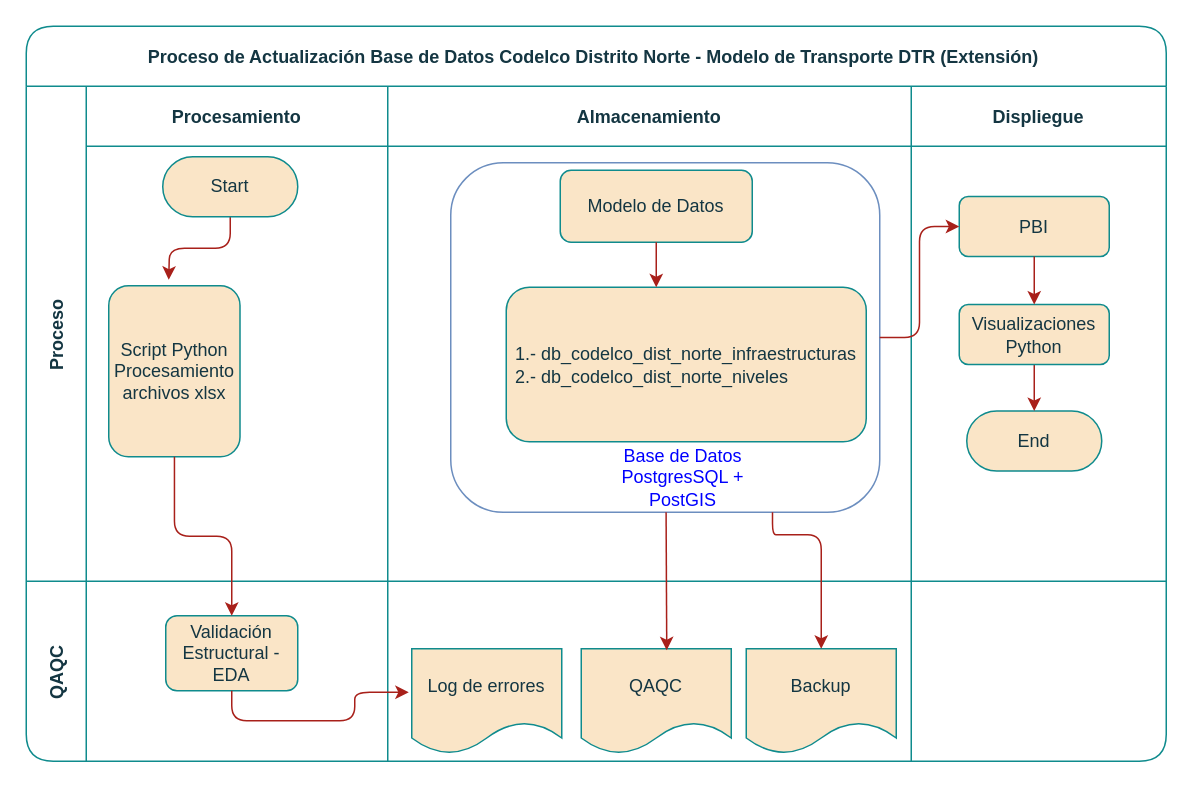
Earlier version of the draw.io diagram diagrama/Diagrama_proceso_DB_Codelco_Dist_Norte.drawio (FlowHydroTech/Codelco-Distrito-Norte). Source tidied: cells renumbered, new cells numbered last; positions are measured from the earlier drawing's top-left corner, leaving out a move shared by most shapes. Both pictures are drawn from the tidied source at 150%, with x=0, y=0 at pixel (26, 26).
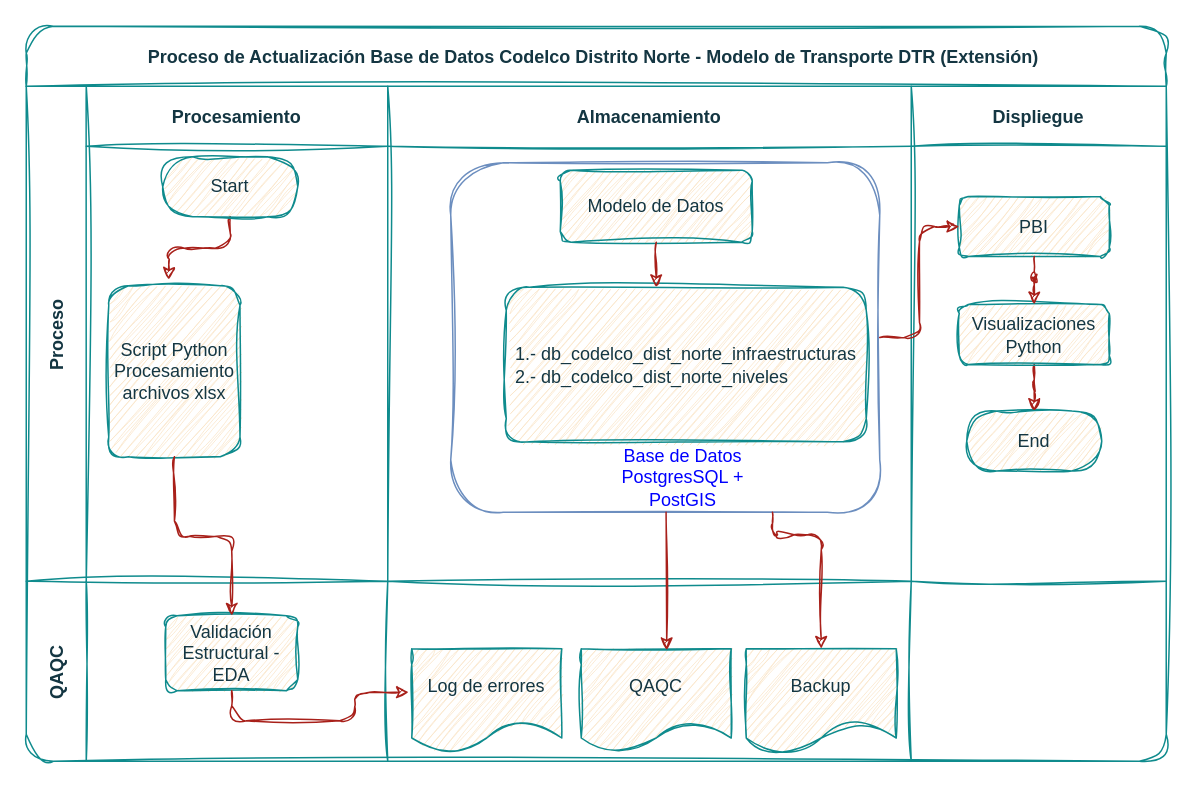
The same page after the edit.

Commit message:
Actualizar estilo y propiedades en el diagrama de proceso de actualización de la base de datos Codelco

The edit, as a diff of the source:
```diff
@@
-    <mxCell id="2" value="Proceso de Actualización Base de Datos Codelco Distrito Norte - Modelo de Transporte DTR (Extensión) " style="shape=table;childLayout=tableLayout;startSize=40;fillColor=none;fontStyle=1;labelBackgroundColor=none;strokeColor=#0F8B8D;fontColor=#143642;rounded=1;" parent="1" vertex="1">
+    <mxCell id="2" value="Proceso de Actualización Base de Datos Codelco Distrito Norte - Modelo de Transporte DTR (Extensión) " style="shape=table;childLayout=tableLayout;startSize=40;fillColor=none;fontStyle=1;labelBackgroundColor=none;strokeColor=#0F8B8D;fontColor=#143642;rounded=1;sketch=1;curveFitting=1;jiggle=2;" parent="1" vertex="1">
       <mxGeometry width="760" height="490" as="geometry" />
     </mxCell>
-    <mxCell id="3" value="Proceso" style="shape=tableRow;horizontal=0;swimlaneHead=0;swimlaneBody=0;top=0;left=0;bottom=0;right=0;fillColor=none;startSize=40;fontStyle=1;labelBackgroundColor=none;strokeColor=#0F8B8D;fontColor=#143642;rounded=1;" parent="2" vertex="1">
+    <mxCell id="3" value="Proceso" style="shape=tableRow;horizontal=0;swimlaneHead=0;swimlaneBody=0;top=0;left=0;bottom=0;right=0;fillColor=none;startSize=40;fontStyle=1;labelBackgroundColor=none;strokeColor=#0F8B8D;fontColor=#143642;rounded=1;sketch=1;curveFitting=1;jiggle=2;" parent="2" vertex="1">
       <mxGeometry y="40" width="760" height="330" as="geometry" />
     </mxCell>
-    <mxCell id="4" value="Procesamiento" style="swimlane;swimlaneHead=0;swimlaneBody=0;fillColor=none;startSize=40;fontStyle=1;labelBackgroundColor=none;strokeColor=#0F8B8D;fontColor=#143642;rounded=1;" parent="3" vertex="1">
+    <mxCell id="4" value="Procesamiento" style="swimlane;swimlaneHead=0;swimlaneBody=0;fillColor=none;startSize=40;fontStyle=1;labelBackgroundColor=none;strokeColor=#0F8B8D;fontColor=#143642;rounded=1;sketch=1;curveFitting=1;jiggle=2;" parent="3" vertex="1">
       <mxGeometry x="40" width="201" height="330" as="geometry" />
     </mxCell>
-    <mxCell id="5" style="edgeStyle=orthogonalEdgeStyle;rounded=1;jettySize=auto;html=1;labelBackgroundColor=none;fontColor=default;strokeColor=#A8201A;" parent="4" edge="1" source="6">
+    <mxCell id="5" style="edgeStyle=orthogonalEdgeStyle;rounded=1;jettySize=auto;html=1;labelBackgroundColor=none;fontColor=default;strokeColor=#A8201A;sketch=1;curveFitting=1;jiggle=2;" parent="4" edge="1" source="6">
       <mxGeometry relative="1" as="geometry">
         <mxPoint x="55" y="129" as="targetPoint" />
       </mxGeometry>
     </mxCell>
-    <mxCell id="6" value="Start" style="rounded=1;whiteSpace=wrap;html=1;arcSize=50;labelBackgroundColor=none;fillColor=#FAE5C7;strokeColor=#0F8B8D;fontColor=#143642;" parent="4" vertex="1">
+    <mxCell id="6" value="Start" style="rounded=1;whiteSpace=wrap;html=1;arcSize=50;labelBackgroundColor=none;fillColor=#FAE5C7;strokeColor=#0F8B8D;fontColor=#143642;sketch=1;curveFitting=1;jiggle=2;" parent="4" vertex="1">
       <mxGeometry x="51" y="47" width="90" height="40" as="geometry" />
     </mxCell>
-    <mxCell id="7" value="&lt;div style=&quot;&quot;&gt;&lt;span style=&quot;background-color: transparent;&quot;&gt;&lt;font style=&quot;color: rgb(20, 54, 66);&quot;&gt;Script Python Procesamiento archivos xlsx&lt;/font&gt;&lt;/span&gt;&lt;/div&gt;" style="rounded=1;whiteSpace=wrap;html=1;labelBackgroundColor=none;fillColor=#FAE5C7;strokeColor=#0F8B8D;fontColor=#143642;align=center;" parent="4" vertex="1">
+    <mxCell id="7" value="&lt;div style=&quot;&quot;&gt;&lt;span style=&quot;background-color: transparent;&quot;&gt;&lt;font style=&quot;color: rgb(20, 54, 66);&quot;&gt;Script Python Procesamiento archivos xlsx&lt;/font&gt;&lt;/span&gt;&lt;/div&gt;" style="rounded=1;whiteSpace=wrap;html=1;labelBackgroundColor=none;fillColor=#FAE5C7;strokeColor=#0F8B8D;fontColor=#143642;align=center;sketch=1;curveFitting=1;jiggle=2;" parent="4" vertex="1">
       <mxGeometry x="15" y="133" width="87.5" height="114" as="geometry" />
     </mxCell>
-    <mxCell id="8" value="Almacenamiento" style="swimlane;swimlaneHead=0;swimlaneBody=0;fillColor=none;startSize=40;fontStyle=1;labelBackgroundColor=none;strokeColor=#0F8B8D;fontColor=#143642;rounded=1;" parent="3" vertex="1">
+    <mxCell id="8" value="Almacenamiento" style="swimlane;swimlaneHead=0;swimlaneBody=0;fillColor=none;startSize=40;fontStyle=1;labelBackgroundColor=none;strokeColor=#0F8B8D;fontColor=#143642;rounded=1;sketch=1;curveFitting=1;jiggle=2;" parent="3" vertex="1">
       <mxGeometry x="241" width="349" height="330" as="geometry" />
     </mxCell>
-    <mxCell id="9" value="&lt;div style=&quot;text-align: left;&quot;&gt;1.- db_codelco_dist_norte_infraestructuras&lt;/div&gt;&lt;div style=&quot;text-align: left;&quot;&gt;2.- db_codelco_dist_norte_niveles&lt;/div&gt;" style="rounded=1;whiteSpace=wrap;html=1;strokeColor=#0F8B8D;fontColor=#143642;fillColor=#FAE5C7;labelBackgroundColor=none;" parent="8" vertex="1">
+    <mxCell id="9" value="&lt;div style=&quot;text-align: left;&quot;&gt;1.- db_codelco_dist_norte_infraestructuras&lt;/div&gt;&lt;div style=&quot;text-align: left;&quot;&gt;2.- db_codelco_dist_norte_niveles&lt;/div&gt;" style="rounded=1;whiteSpace=wrap;html=1;strokeColor=#0F8B8D;fontColor=#143642;fillColor=#FAE5C7;labelBackgroundColor=none;sketch=1;curveFitting=1;jiggle=2;" parent="8" vertex="1">
       <mxGeometry x="79" y="134" width="240" height="103" as="geometry" />
     </mxCell>
-    <mxCell id="10" value="Modelo de Datos" style="rounded=1;whiteSpace=wrap;html=1;labelBackgroundColor=none;fillColor=#FAE5C7;strokeColor=#0F8B8D;fontColor=#143642;" parent="8" vertex="1">
+    <mxCell id="10" value="Modelo de Datos" style="rounded=1;whiteSpace=wrap;html=1;labelBackgroundColor=none;fillColor=#FAE5C7;strokeColor=#0F8B8D;fontColor=#143642;sketch=1;curveFitting=1;jiggle=2;" parent="8" vertex="1">
       <mxGeometry x="115" y="56" width="128" height="48" as="geometry" />
     </mxCell>
-    <mxCell id="11" style="rounded=1;whiteSpace=wrap;html=1;fillColor=none;glass=0;strokeColor=#6c8ebf;fillStyle=hatch;gradientColor=none;" parent="8" vertex="1">
+    <mxCell id="11" style="rounded=1;whiteSpace=wrap;html=1;fillColor=none;glass=0;strokeColor=#6c8ebf;fillStyle=hatch;gradientColor=none;sketch=1;curveFitting=1;jiggle=2;" parent="8" vertex="1">
       <mxGeometry x="42" y="51" width="286" height="233" as="geometry" />
     </mxCell>
-    <mxCell id="12" style="edgeStyle=none;html=1;fillColor=#f8cecc;strokeColor=#A8201A;" parent="8" edge="1" source="10">
+    <mxCell id="12" style="edgeStyle=none;html=1;fillColor=#f8cecc;strokeColor=#A8201A;sketch=1;curveFitting=1;jiggle=2;" parent="8" edge="1" source="10">
       <mxGeometry relative="1" as="geometry">
         <mxPoint x="179" y="134" as="targetPoint" />
       </mxGeometry>
     </mxCell>
-    <mxCell id="13" value="&lt;span&gt;&lt;font style=&quot;color: rgb(0, 0, 255);&quot;&gt;Base de Datos PostgresSQL + PostGIS&lt;/font&gt;&lt;/span&gt;" style="text;html=1;align=center;verticalAlign=middle;whiteSpace=wrap;rounded=0;fillColor=none;" parent="8" vertex="1">
+    <mxCell id="13" value="&lt;span&gt;&lt;font style=&quot;color: rgb(0, 0, 255);&quot;&gt;Base de Datos PostgresSQL + PostGIS&lt;/font&gt;&lt;/span&gt;" style="text;html=1;align=center;verticalAlign=middle;whiteSpace=wrap;rounded=1;fillColor=none;sketch=1;curveFitting=1;jiggle=2;" parent="8" vertex="1">
       <mxGeometry x="133" y="240" width="128" height="42" as="geometry" />
     </mxCell>
-    <mxCell id="14" value="Displiegue" style="swimlane;swimlaneHead=0;swimlaneBody=0;fillColor=none;startSize=40;fontStyle=1;labelBackgroundColor=none;strokeColor=#0F8B8D;fontColor=#143642;rounded=1;" parent="3" vertex="1">
+    <mxCell id="14" value="Displiegue" style="swimlane;swimlaneHead=0;swimlaneBody=0;fillColor=none;startSize=40;fontStyle=1;labelBackgroundColor=none;strokeColor=#0F8B8D;fontColor=#143642;rounded=1;sketch=1;curveFitting=1;jiggle=2;" parent="3" vertex="1">
       <mxGeometry x="590" width="170" height="330" as="geometry" />
     </mxCell>
-    <mxCell id="15" value="End" style="rounded=1;whiteSpace=wrap;html=1;arcSize=50;labelBackgroundColor=none;fillColor=#FAE5C7;strokeColor=#0F8B8D;fontColor=#143642;" parent="14" vertex="1">
+    <mxCell id="15" value="End" style="rounded=1;whiteSpace=wrap;html=1;arcSize=50;labelBackgroundColor=none;fillColor=#FAE5C7;strokeColor=#0F8B8D;fontColor=#143642;sketch=1;curveFitting=1;jiggle=2;" parent="14" vertex="1">
       <mxGeometry x="37" y="216.5" width="90" height="40" as="geometry" />
     </mxCell>
-    <mxCell id="16" style="edgeStyle=orthogonalEdgeStyle;rounded=1;jettySize=auto;html=1;strokeColor=#A8201A;fontColor=default;fillColor=#FAE5C7;labelBackgroundColor=none;" parent="14" edge="1" source="18" target="15">
+    <mxCell id="16" style="edgeStyle=orthogonalEdgeStyle;rounded=1;jettySize=auto;html=1;strokeColor=#A8201A;fontColor=default;fillColor=#FAE5C7;labelBackgroundColor=none;sketch=1;curveFitting=1;jiggle=2;" parent="14" edge="1" source="18" target="15">
       <mxGeometry relative="1" as="geometry" />
     </mxCell>
-    <mxCell id="17" value="PBI" style="rounded=1;whiteSpace=wrap;html=1;labelBackgroundColor=none;fillColor=#FAE5C7;strokeColor=#0F8B8D;fontColor=#143642;" parent="14" vertex="1">
+    <mxCell id="17" value="PBI" style="rounded=1;whiteSpace=wrap;html=1;labelBackgroundColor=none;fillColor=#FAE5C7;strokeColor=#0F8B8D;fontColor=#143642;sketch=1;curveFitting=1;jiggle=2;" parent="14" vertex="1">
       <mxGeometry x="32" y="73.5" width="100" height="40" as="geometry" />
     </mxCell>
-    <mxCell id="18" value="Visualizaciones Python" style="rounded=1;whiteSpace=wrap;html=1;labelBackgroundColor=none;fillColor=#FAE5C7;strokeColor=#0F8B8D;fontColor=#143642;" parent="14" vertex="1">
+    <mxCell id="18" value="Visualizaciones Python" style="rounded=1;whiteSpace=wrap;html=1;labelBackgroundColor=none;fillColor=#FAE5C7;strokeColor=#0F8B8D;fontColor=#143642;sketch=1;curveFitting=1;jiggle=2;" parent="14" vertex="1">
       <mxGeometry x="32" y="145.5" width="100" height="40" as="geometry" />
     </mxCell>
-    <mxCell id="19" style="edgeStyle=orthogonalEdgeStyle;rounded=1;jettySize=auto;html=1;strokeColor=#A8201A;fontColor=default;fillColor=#FAE5C7;labelBackgroundColor=none;" parent="14" edge="1" source="17" target="18">
+    <mxCell id="19" style="edgeStyle=orthogonalEdgeStyle;rounded=1;jettySize=auto;html=1;strokeColor=#A8201A;fontColor=default;fillColor=#FAE5C7;labelBackgroundColor=none;sketch=1;curveFitting=1;jiggle=2;" parent="14" edge="1" source="17" target="18">
       <mxGeometry relative="1" as="geometry" />
     </mxCell>
-    <mxCell id="20" style="edgeStyle=orthogonalEdgeStyle;html=1;entryX=0;entryY=0.5;entryDx=0;entryDy=0;strokeColor=#A8201A;" parent="3" edge="1" source="11" target="17">
+    <mxCell id="20" style="edgeStyle=orthogonalEdgeStyle;html=1;entryX=0;entryY=0.5;entryDx=0;entryDy=0;strokeColor=#A8201A;sketch=1;curveFitting=1;jiggle=2;" parent="3" edge="1" source="11" target="17">
       <mxGeometry relative="1" as="geometry" />
     </mxCell>
-    <mxCell id="21" value="QAQC" style="shape=tableRow;horizontal=0;swimlaneHead=0;swimlaneBody=0;top=0;left=0;bottom=0;right=0;fillColor=none;startSize=40;fontStyle=1;labelBackgroundColor=none;strokeColor=#0F8B8D;fontColor=#143642;rounded=1;" parent="2" vertex="1">
+    <mxCell id="21" value="QAQC" style="shape=tableRow;horizontal=0;swimlaneHead=0;swimlaneBody=0;top=0;left=0;bottom=0;right=0;fillColor=none;startSize=40;fontStyle=1;labelBackgroundColor=none;strokeColor=#0F8B8D;fontColor=#143642;rounded=1;sketch=1;curveFitting=1;jiggle=2;" parent="2" vertex="1">
       <mxGeometry y="370" width="760" height="120" as="geometry" />
     </mxCell>
-    <mxCell id="22" style="swimlane;swimlaneHead=0;swimlaneBody=0;fillColor=none;startSize=0;fontStyle=1;labelBackgroundColor=none;strokeColor=#0F8B8D;fontColor=#143642;rounded=1;" parent="21" vertex="1">
+    <mxCell id="22" style="swimlane;swimlaneHead=0;swimlaneBody=0;fillColor=none;startSize=0;fontStyle=1;labelBackgroundColor=none;strokeColor=#0F8B8D;fontColor=#143642;rounded=1;sketch=1;curveFitting=1;jiggle=2;" parent="21" vertex="1">
       <mxGeometry x="40" width="201" height="120" as="geometry" />
     </mxCell>
-    <mxCell id="23" value="Validación Estructural - EDA" style="rounded=1;whiteSpace=wrap;html=1;labelBackgroundColor=none;fillColor=#FAE5C7;strokeColor=#0F8B8D;fontColor=#143642;" parent="22" vertex="1">
+    <mxCell id="23" value="Validación Estructural - EDA" style="rounded=1;whiteSpace=wrap;html=1;labelBackgroundColor=none;fillColor=#FAE5C7;strokeColor=#0F8B8D;fontColor=#143642;sketch=1;curveFitting=1;jiggle=2;" parent="22" vertex="1">
       <mxGeometry x="53" y="23" width="88" height="50" as="geometry" />
     </mxCell>
-    <mxCell id="24" style="swimlane;swimlaneHead=0;swimlaneBody=0;fillColor=none;startSize=0;fontStyle=1;labelBackgroundColor=none;strokeColor=#0F8B8D;fontColor=#143642;rounded=1;" parent="21" vertex="1">
+    <mxCell id="24" style="swimlane;swimlaneHead=0;swimlaneBody=0;fillColor=none;startSize=0;fontStyle=1;labelBackgroundColor=none;strokeColor=#0F8B8D;fontColor=#143642;rounded=1;sketch=1;curveFitting=1;jiggle=2;" parent="21" vertex="1">
       <mxGeometry x="241" width="349" height="120" as="geometry" />
     </mxCell>
-    <mxCell id="25" value="QAQC" style="shape=document;whiteSpace=wrap;html=1;boundedLbl=1;labelBackgroundColor=none;fillColor=#FAE5C7;strokeColor=#0F8B8D;fontColor=#143642;rounded=1;" parent="24" vertex="1">
+    <mxCell id="25" value="QAQC" style="shape=document;whiteSpace=wrap;html=1;boundedLbl=1;labelBackgroundColor=none;fillColor=#FAE5C7;strokeColor=#0F8B8D;fontColor=#143642;rounded=1;sketch=1;curveFitting=1;jiggle=2;" parent="24" vertex="1">
       <mxGeometry x="129" y="45" width="100" height="70" as="geometry" />
     </mxCell>
-    <mxCell id="26" value="Log de errores" style="shape=document;whiteSpace=wrap;html=1;boundedLbl=1;labelBackgroundColor=none;fillColor=#FAE5C7;strokeColor=#0F8B8D;fontColor=#143642;rounded=1;" parent="24" vertex="1">
+    <mxCell id="26" value="Log de errores" style="shape=document;whiteSpace=wrap;html=1;boundedLbl=1;labelBackgroundColor=none;fillColor=#FAE5C7;strokeColor=#0F8B8D;fontColor=#143642;rounded=1;sketch=1;curveFitting=1;jiggle=2;" parent="24" vertex="1">
       <mxGeometry x="16" y="45" width="100" height="70" as="geometry" />
     </mxCell>
-    <mxCell id="27" value="Backup" style="shape=document;whiteSpace=wrap;html=1;boundedLbl=1;labelBackgroundColor=none;fillColor=#FAE5C7;strokeColor=#0F8B8D;fontColor=#143642;rounded=1;" parent="24" vertex="1">
+    <mxCell id="27" value="Backup" style="shape=document;whiteSpace=wrap;html=1;boundedLbl=1;labelBackgroundColor=none;fillColor=#FAE5C7;strokeColor=#0F8B8D;fontColor=#143642;rounded=1;sketch=1;curveFitting=1;jiggle=2;" parent="24" vertex="1">
       <mxGeometry x="239" y="45" width="100" height="70" as="geometry" />
     </mxCell>
-    <mxCell id="28" style="swimlane;swimlaneHead=0;swimlaneBody=0;fillColor=none;startSize=0;fontStyle=1;labelBackgroundColor=none;strokeColor=#0F8B8D;fontColor=#143642;rounded=1;" parent="21" vertex="1">
+    <mxCell id="28" style="swimlane;swimlaneHead=0;swimlaneBody=0;fillColor=none;startSize=0;fontStyle=1;labelBackgroundColor=none;strokeColor=#0F8B8D;fontColor=#143642;rounded=1;sketch=1;curveFitting=1;jiggle=2;" parent="21" vertex="1">
       <mxGeometry x="590" width="170" height="120" as="geometry" />
     </mxCell>
-    <mxCell id="29" style="edgeStyle=orthogonalEdgeStyle;rounded=1;jettySize=auto;html=1;entryX=-0.02;entryY=0.414;entryDx=0;entryDy=0;entryPerimeter=0;strokeColor=#A8201A;fontColor=default;fillColor=#FAE5C7;labelBackgroundColor=none;exitX=0.5;exitY=1;exitDx=0;exitDy=0;" parent="21" edge="1" source="23" target="26">
+    <mxCell id="29" style="edgeStyle=orthogonalEdgeStyle;rounded=1;jettySize=auto;html=1;entryX=-0.02;entryY=0.414;entryDx=0;entryDy=0;entryPerimeter=0;strokeColor=#A8201A;fontColor=default;fillColor=#FAE5C7;labelBackgroundColor=none;exitX=0.5;exitY=1;exitDx=0;exitDy=0;sketch=1;curveFitting=1;jiggle=2;" parent="21" edge="1" source="23" target="26">
       <mxGeometry relative="1" as="geometry" />
     </mxCell>
-    <mxCell id="30" style="edgeStyle=orthogonalEdgeStyle;rounded=1;jettySize=auto;html=1;strokeColor=#A8201A;fontColor=default;fillColor=#FAE5C7;entryX=0.5;entryY=0;entryDx=0;entryDy=0;labelBackgroundColor=none;" parent="2" edge="1" source="7" target="23">
+    <mxCell id="30" style="edgeStyle=orthogonalEdgeStyle;rounded=1;jettySize=auto;html=1;strokeColor=#A8201A;fontColor=default;fillColor=#FAE5C7;entryX=0.5;entryY=0;entryDx=0;entryDy=0;labelBackgroundColor=none;sketch=1;curveFitting=1;jiggle=2;" parent="2" edge="1" source="7" target="23">
       <mxGeometry relative="1" as="geometry" />
     </mxCell>
-    <mxCell id="31" style="edgeStyle=orthogonalEdgeStyle;html=1;exitX=0.75;exitY=1;exitDx=0;exitDy=0;entryX=0.5;entryY=0;entryDx=0;entryDy=0;strokeColor=#A8201A;" parent="2" edge="1" source="11" target="27">
+    <mxCell id="31" style="edgeStyle=orthogonalEdgeStyle;html=1;exitX=0.75;exitY=1;exitDx=0;exitDy=0;entryX=0.5;entryY=0;entryDx=0;entryDy=0;strokeColor=#A8201A;sketch=1;curveFitting=1;jiggle=2;" parent="2" edge="1" source="11" target="27">
       <mxGeometry relative="1" as="geometry">
         <Array as="points">
           <mxPoint x="502" y="339" />
           <mxPoint x="533" y="339" />
         </Array>
       </mxGeometry>
     </mxCell>
-    <mxCell id="32" style="edgeStyle=none;html=1;entryX=0.57;entryY=0.014;entryDx=0;entryDy=0;entryPerimeter=0;strokeColor=#A8201A;" parent="2" edge="1" source="11" target="25">
+    <mxCell id="32" style="edgeStyle=none;html=1;entryX=0.57;entryY=0.014;entryDx=0;entryDy=0;entryPerimeter=0;strokeColor=#A8201A;sketch=1;curveFitting=1;jiggle=2;" parent="2" edge="1" source="11" target="25">
       <mxGeometry relative="1" as="geometry" />
     </mxCell>
```
